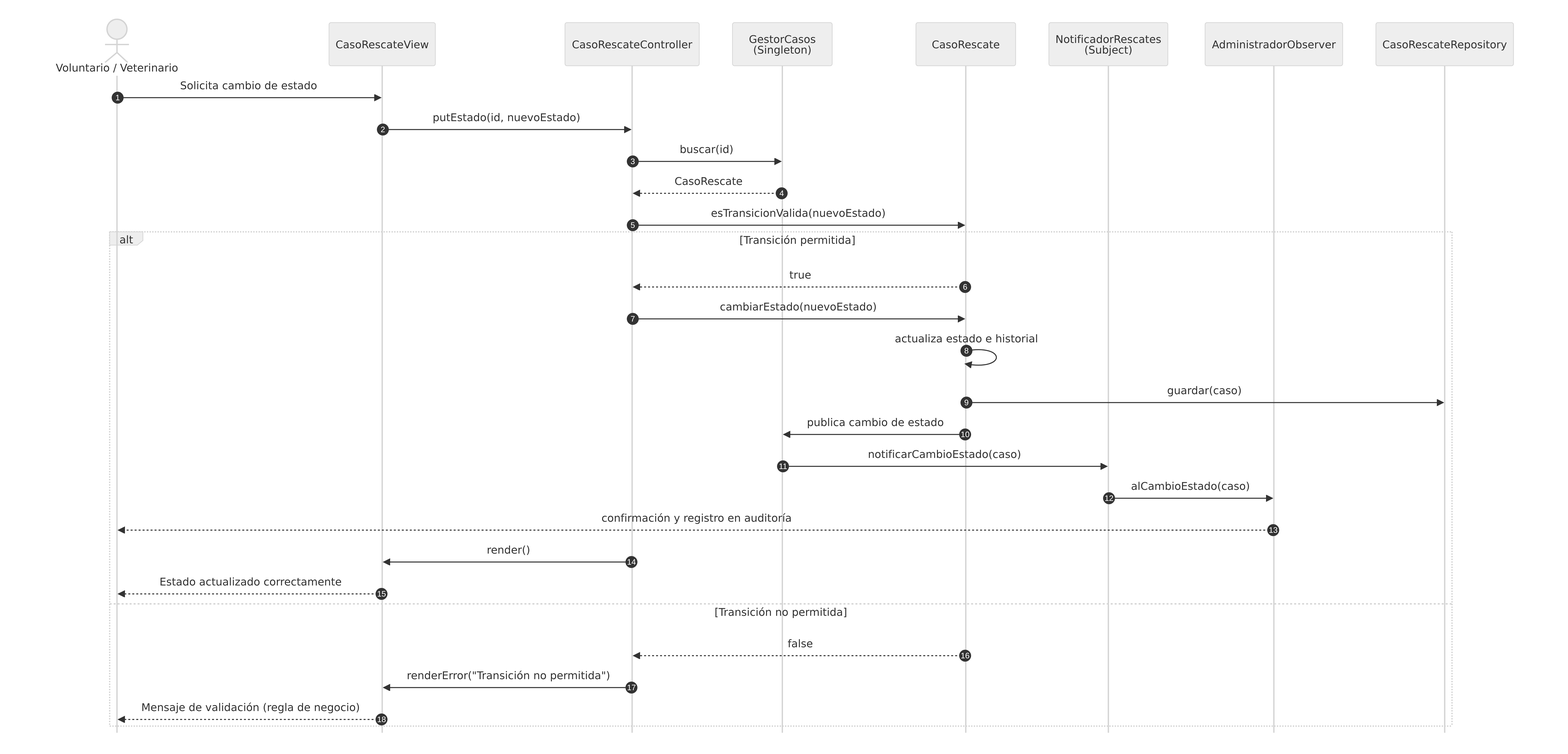
Before: diagrams/png/04-secuencia-estado.png, a diagram exported from Mermaid (Cris-M10/sistema-rescate-adopcion-animal). Its source is kept beside it as diagrams/04-secuencia-estado.mmd.
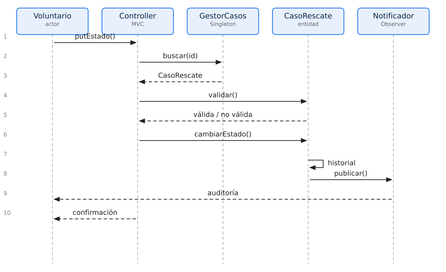
After the commit.

What changed in the source:
```diff
@@ -1,15 +1,12 @@
 sequenceDiagram
     autonumber
-    actor VT as Voluntario / Veterinario
-    participant V as CasoRescateView
+    actor V as Voluntario /<br/>Veterinario
     participant CT as CasoRescateController
     participant G as GestorCasos<br/>(Singleton)
     participant CR as CasoRescate
     participant N as NotificadorRescates<br/>(Subject)
-    participant AD as AdministradorObserver
-    participant R as CasoRescateRepository
+    participant AD as Administrador<br/>(Observer)
 
-    VT->>V: Solicita cambio de estado
     V->>CT: putEstado(id, nuevoEstado)
     CT->>G: buscar(id)
     G-->>CT: CasoRescate
@@ -18,15 +15,11 @@
         CR-->>CT: true
         CT->>CR: cambiarEstado(nuevoEstado)
         CR->>CR: actualiza estado e historial
-        CR->>R: guardar(caso)
-        CR->>G: publica cambio de estado
-        G->>N: notificarCambioEstado(caso)
+        CR->>N: publica evento de cambio
         N->>AD: alCambioEstado(caso)
-        AD-->>VT: confirmación y registro en auditoría
-        CT->>V: render()
-        V-->>VT: Estado actualizado correctamente
+        AD-->>V: confirmación y auditoría
+        CT-->>V: estado actualizado
     else Transición no permitida
         CR-->>CT: false
-        CT->>V: renderError("Transición no permitida")
-        V-->>VT: Mensaje de validación (regla de negocio)
+        CT-->>V: error de validación
     end
```
